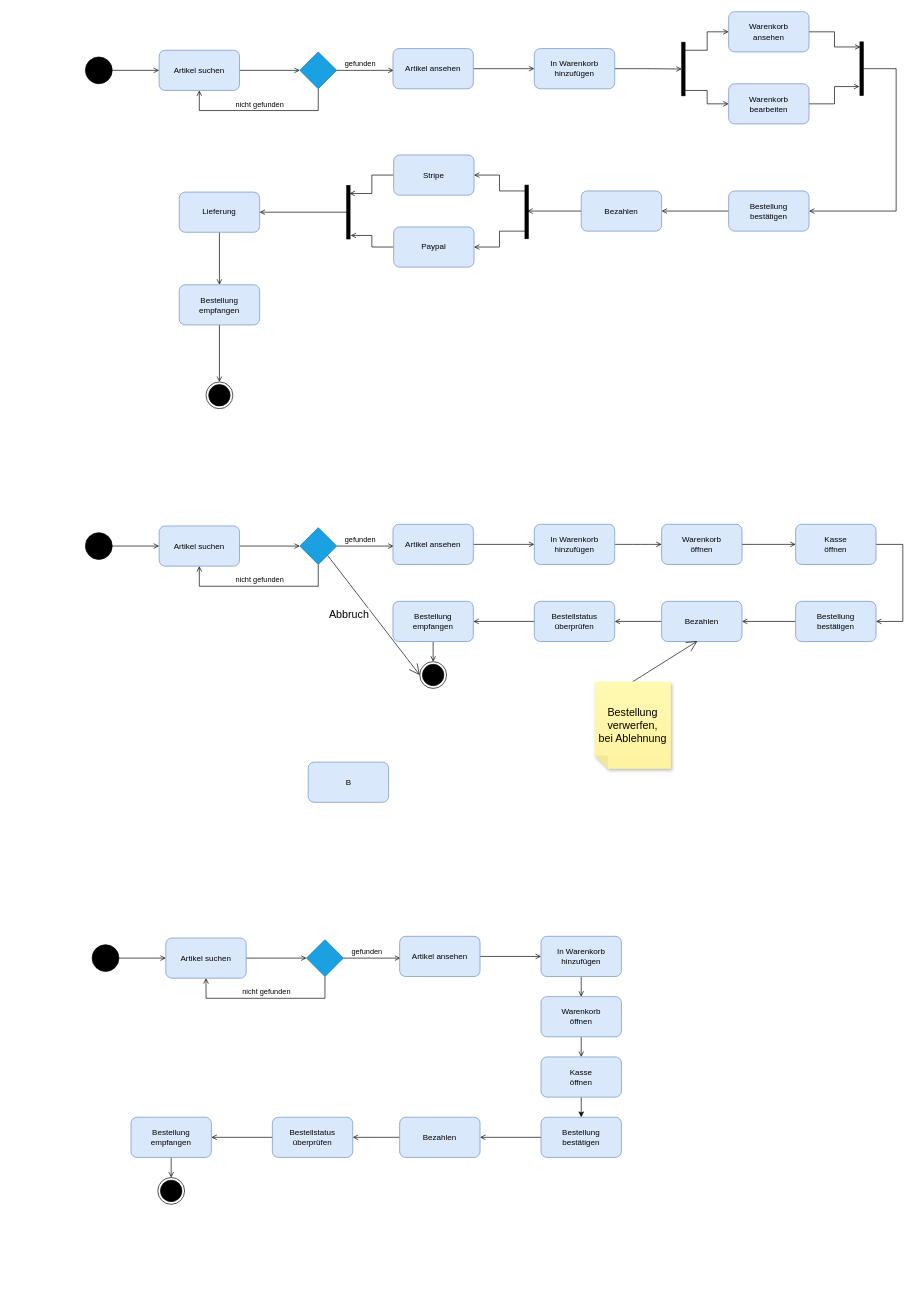
The draw.io diagram Aktivitaetsdiagramm.drawio in therealfilko/uml, before the edit. Source tidied: cells renumbered, new cells numbered last; positions are measured from the earlier drawing's top-left corner, leaving out a move shared by most shapes. Both pictures are drawn from the tidied source at 67%, with x=0, y=0 at pixel (85, 11).
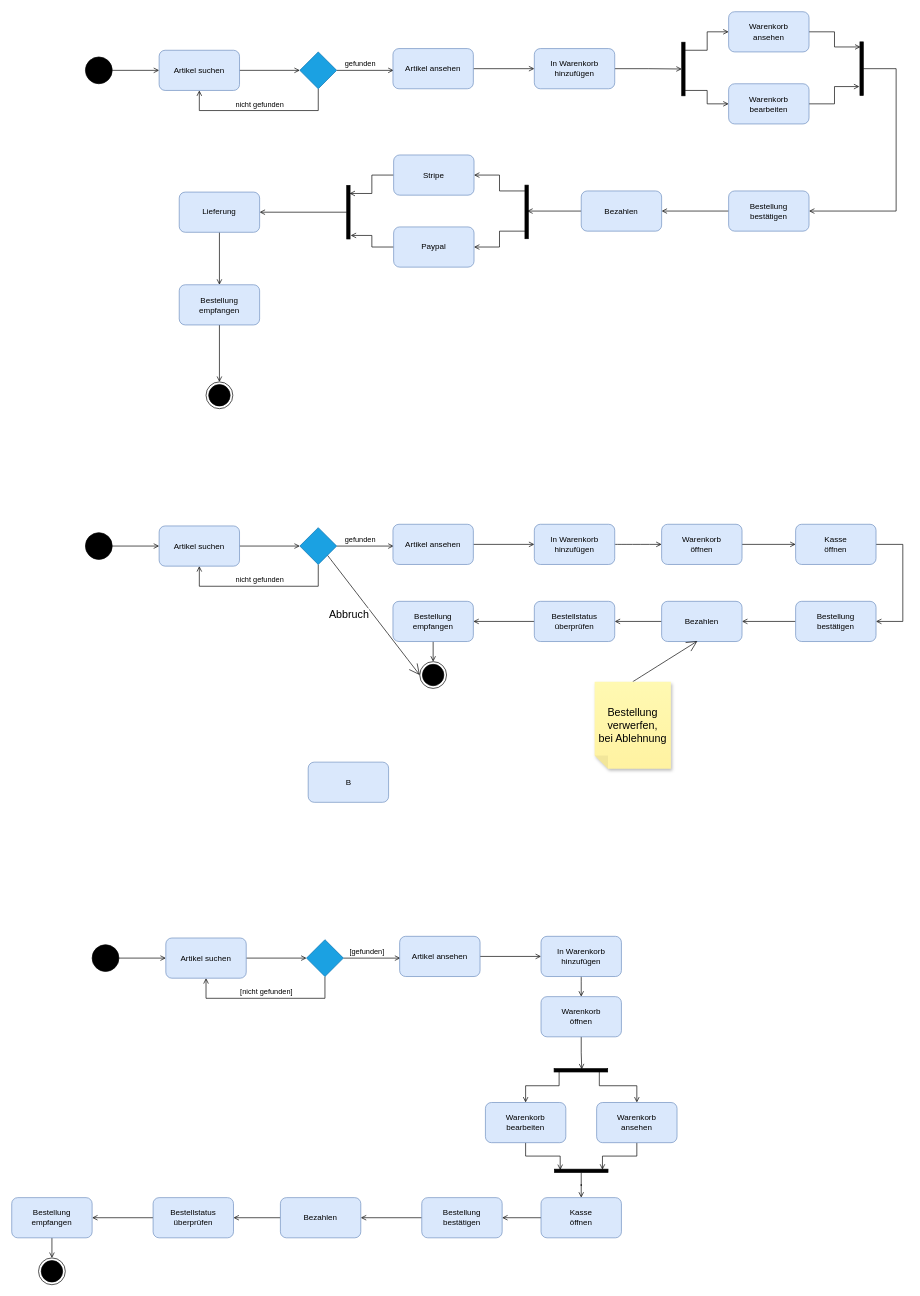
The same page after the edit.

Unchanged cells that the change refers to:
```xml
<mxCell id="74" value="Artikel suchen" style="rounded=1;whiteSpace=wrap;html=1;fillColor=#dae8fc;strokeColor=#6c8ebf;" parent="1" vertex="1">
  <mxGeometry x="120" y="1382.5" width="120" height="60" as="geometry" />
</mxCell>
<mxCell id="76" style="edgeStyle=orthogonalEdgeStyle;rounded=0;jettySize=auto;html=1;entryX=0.008;entryY=0.542;entryDx=0;entryDy=0;entryPerimeter=0;endArrow=open;endFill=0;" parent="1" edge="1" source="78" target="80">
  <mxGeometry relative="1" as="geometry" />
</mxCell>
<mxCell id="78" style="rhombus;whiteSpace=wrap;html=1;fillColor=#1ba1e2;fontColor=#ffffff;strokeColor=#006EAF;" parent="1" vertex="1">
  <mxGeometry x="330" y="1385" width="55" height="55" as="geometry" />
</mxCell>
<mxCell id="84" value="Warenkorb&lt;br&gt;öffnen" style="rounded=1;whiteSpace=wrap;html=1;fillColor=#dae8fc;strokeColor=#6c8ebf;" parent="1" vertex="1">
  <mxGeometry x="680" y="1470" width="120" height="60" as="geometry" />
</mxCell>
```

What changed in the source:
```diff
@@
-    <mxCell id="75" value="nicht gefunden" style="edgeStyle=orthogonalEdgeStyle;rounded=0;jettySize=auto;html=1;entryX=0.5;entryY=1;entryDx=0;entryDy=0;endArrow=open;endFill=0;" parent="1" edge="1" source="78" target="74">
+    <mxCell id="75" value="[nicht gefunden]" style="edgeStyle=orthogonalEdgeStyle;rounded=0;jettySize=auto;html=1;entryX=0.5;entryY=1;entryDx=0;entryDy=0;endArrow=open;endFill=0;" parent="1" edge="1" source="78" target="74">
       <mxGeometry y="-10" relative="1" as="geometry">
         <Array as="points">
           <mxPoint x="358" y="1472.5" />
           <mxPoint x="180" y="1472.5" />
         </Array>
       </mxGeometry>
     </mxCell>
@@
-    <mxCell id="77" value="gefunden" style="edgeLabel;html=1;align=center;verticalAlign=middle;" parent="76" vertex="1">
+    <mxCell id="77" value="[gefunden]" style="edgeLabel;html=1;align=center;verticalAlign=middle;" parent="76" vertex="1">
       <mxGeometry x="-0.37" y="-1" relative="1" as="geometry">
         <mxPoint x="8" y="-11" as="offset" />
       </mxGeometry>
     </mxCell>
@@
-    <mxCell id="83" style="edgeStyle=orthogonalEdgeStyle;rounded=0;jettySize=auto;html=1;exitX=0.5;exitY=1;exitDx=0;exitDy=0;entryX=0.5;entryY=0;entryDx=0;entryDy=0;endArrow=open;endFill=0;startSize=6;endSize=6;" parent="1" edge="1" source="84" target="95">
-      <mxGeometry relative="1" as="geometry" />
-    </mxCell>
+    <mxCell id="96" style="edgeStyle=orthogonalEdgeStyle;rounded=0;jettySize=auto;html=1;exitX=0.5;exitY=1;exitDx=0;exitDy=0;entryX=0.2;entryY=0.484;entryDx=0;entryDy=0;entryPerimeter=0;endArrow=open;endFill=0;" parent="1" edge="1" source="84" target="99">
+      <mxGeometry relative="1" as="geometry" />
+    </mxCell>
@@
     <mxCell id="86" value="Bestellung&lt;br&gt;bestätigen" style="rounded=1;whiteSpace=wrap;html=1;fillColor=#dae8fc;strokeColor=#6c8ebf;" parent="1" vertex="1">
-      <mxGeometry x="680" y="1650" width="120" height="60" as="geometry" />
+      <mxGeometry x="502" y="1770" width="120" height="60" as="geometry" />
     </mxCell>
@@
     <mxCell id="88" value="Bezahlen" style="rounded=1;whiteSpace=wrap;html=1;fillColor=#dae8fc;strokeColor=#6c8ebf;" parent="1" vertex="1">
-      <mxGeometry x="469" y="1650" width="120" height="60" as="geometry" />
+      <mxGeometry x="291" y="1770" width="120" height="60" as="geometry" />
     </mxCell>
@@
     <mxCell id="90" value="Bestellstatus&lt;br&gt;überprüfen" style="rounded=1;whiteSpace=wrap;html=1;fillColor=#dae8fc;strokeColor=#6c8ebf;" parent="1" vertex="1">
-      <mxGeometry x="279" y="1650" width="120" height="60" as="geometry" />
+      <mxGeometry x="101" y="1770" width="120" height="60" as="geometry" />
     </mxCell>
@@
     <mxCell id="92" value="Bestellung&lt;br&gt;empfangen" style="rounded=1;whiteSpace=wrap;html=1;fillColor=#dae8fc;strokeColor=#6c8ebf;" parent="1" vertex="1">
-      <mxGeometry x="68" y="1650" width="120" height="60" as="geometry" />
+      <mxGeometry x="-110" y="1770" width="120" height="60" as="geometry" />
     </mxCell>
     <mxCell id="93" style="ellipse;html=1;shape=endState;fillColor=strokeColor;" parent="1" vertex="1">
-      <mxGeometry x="108" y="1740" width="40" height="40" as="geometry" />
+      <mxGeometry x="-70" y="1860" width="40" height="40" as="geometry" />
     </mxCell>
-    <mxCell id="94" style="edgeStyle=orthogonalEdgeStyle;rounded=0;jettySize=auto;html=1;exitX=0.5;exitY=1;exitDx=0;exitDy=0;entryX=0.5;entryY=0;entryDx=0;entryDy=0;" parent="1" edge="1" source="95" target="86">
+    <mxCell id="94" style="edgeStyle=orthogonalEdgeStyle;rounded=0;jettySize=auto;html=1;exitX=0;exitY=0.5;exitDx=0;exitDy=0;entryX=1;entryY=0.5;entryDx=0;entryDy=0;endArrow=open;endFill=0;" parent="1" edge="1" source="95" target="86">
       <mxGeometry relative="1" as="geometry" />
     </mxCell>
     <mxCell id="95" value="Kasse&lt;br&gt;öffnen" style="rounded=1;whiteSpace=wrap;html=1;fillColor=#dae8fc;strokeColor=#6c8ebf;" parent="1" vertex="1">
-      <mxGeometry x="680" y="1560" width="120" height="60" as="geometry" />
+      <mxGeometry x="680" y="1770" width="120" height="60" as="geometry" />
     </mxCell>
+    <mxCell id="97" style="edgeStyle=orthogonalEdgeStyle;rounded=0;jettySize=auto;html=1;endArrow=open;endFill=0;" parent="1" edge="1" source="99" target="103">
+      <mxGeometry relative="1" as="geometry">
+        <Array as="points">
+          <mxPoint x="707" y="1603" />
+          <mxPoint x="657" y="1603" />
+        </Array>
+      </mxGeometry>
+    </mxCell>
+    <mxCell id="98" style="edgeStyle=orthogonalEdgeStyle;rounded=0;jettySize=auto;html=1;endArrow=open;endFill=0;" parent="1" edge="1" source="99" target="101">
+      <mxGeometry relative="1" as="geometry">
+        <Array as="points">
+          <mxPoint x="767" y="1603" />
+          <mxPoint x="823" y="1603" />
+        </Array>
+      </mxGeometry>
+    </mxCell>
+    <mxCell id="99" style="html=1;points=[];perimeter=orthogonalPerimeter;fillColor=strokeColor;rotation=90;" parent="1" vertex="1">
+      <mxGeometry x="737" y="1540" width="5" height="80" as="geometry" />
+    </mxCell>
+    <mxCell id="100" style="edgeStyle=orthogonalEdgeStyle;rounded=0;jettySize=auto;html=1;entryX=0.157;entryY=0.104;entryDx=0;entryDy=0;entryPerimeter=0;endArrow=open;endFill=0;" parent="1" edge="1" source="101" target="105">
+      <mxGeometry relative="1" as="geometry" />
+    </mxCell>
+    <mxCell id="101" value="Warenkorb&lt;br&gt;ansehen" style="rounded=1;whiteSpace=wrap;html=1;fillColor=#dae8fc;strokeColor=#6c8ebf;" parent="1" vertex="1">
+      <mxGeometry x="763" y="1628" width="120" height="60" as="geometry" />
+    </mxCell>
+    <mxCell id="102" style="edgeStyle=orthogonalEdgeStyle;rounded=0;jettySize=auto;html=1;exitX=0.5;exitY=1;exitDx=0;exitDy=0;entryX=0.252;entryY=0.892;entryDx=0;entryDy=0;entryPerimeter=0;endArrow=open;endFill=0;" parent="1" edge="1" source="103" target="105">
+      <mxGeometry relative="1" as="geometry" />
+    </mxCell>
+    <mxCell id="103" value="Warenkorb&lt;br&gt;bearbeiten" style="rounded=1;whiteSpace=wrap;html=1;fillColor=#dae8fc;strokeColor=#6c8ebf;" parent="1" vertex="1">
+      <mxGeometry x="597" y="1628" width="120" height="60" as="geometry" />
+    </mxCell>
+    <mxCell id="104" style="edgeStyle=orthogonalEdgeStyle;rounded=0;jettySize=auto;html=1;entryX=0.5;entryY=0;entryDx=0;entryDy=0;endArrow=open;endFill=0;" parent="1" edge="1" source="105" target="95">
+      <mxGeometry relative="1" as="geometry" />
+    </mxCell>
+    <mxCell id="105" style="html=1;points=[];perimeter=orthogonalPerimeter;fillColor=strokeColor;rotation=90;" parent="1" vertex="1">
+      <mxGeometry x="737.5" y="1690" width="5" height="80" as="geometry" />
+    </mxCell>
```
